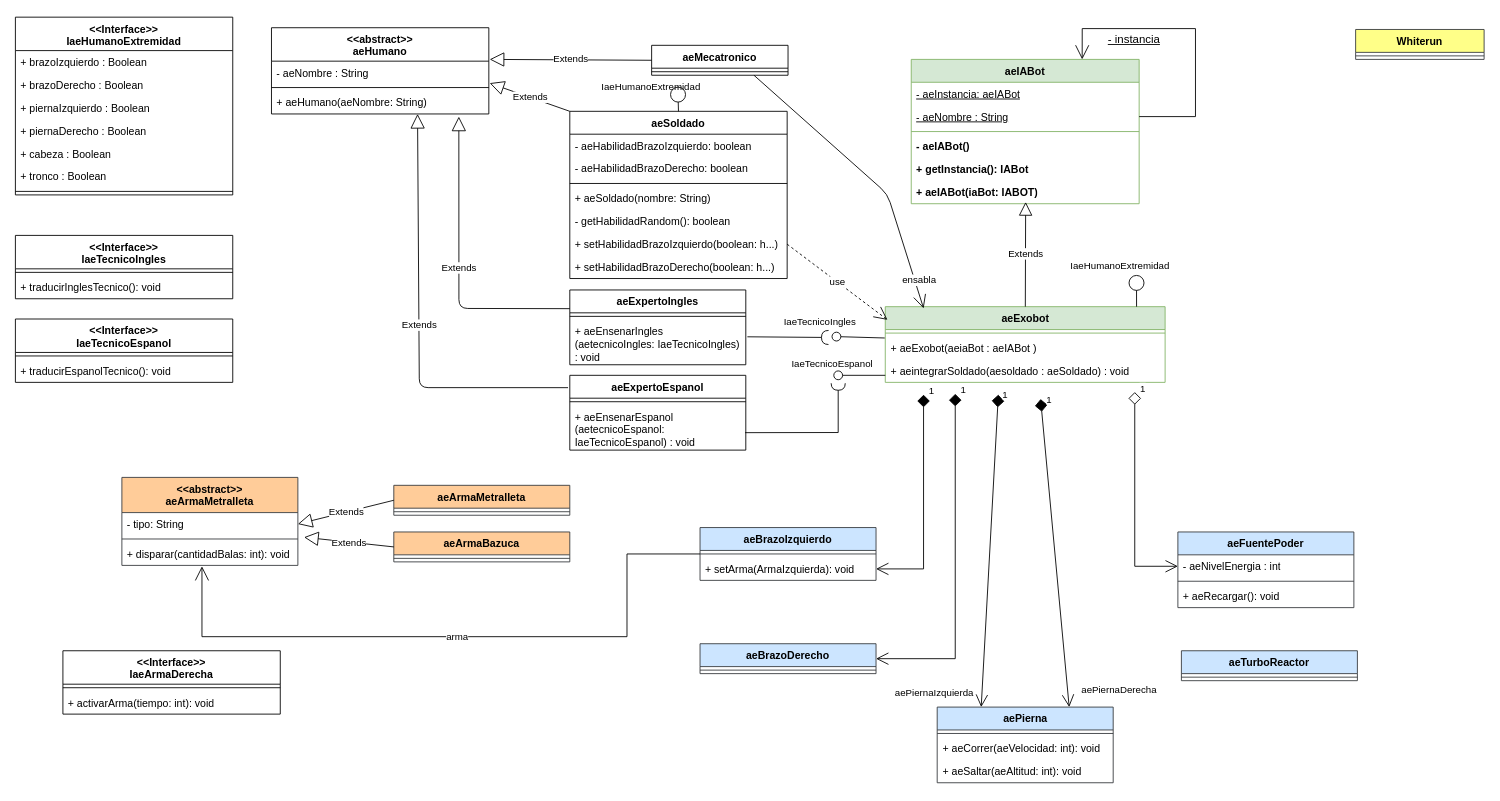
emilioalbansq/AlbanEmilioExF keeps this draw.io diagram as Design/01aeClassDiagram.drawio. Above is the earlier version. Source tidied: cells renumbered, new cells numbered last; positions are measured from the earlier drawing's top-left corner, leaving out a move shared by most shapes. Both pictures are drawn from the tidied source at 88%, with x=0, y=0 at pixel (15, 17).
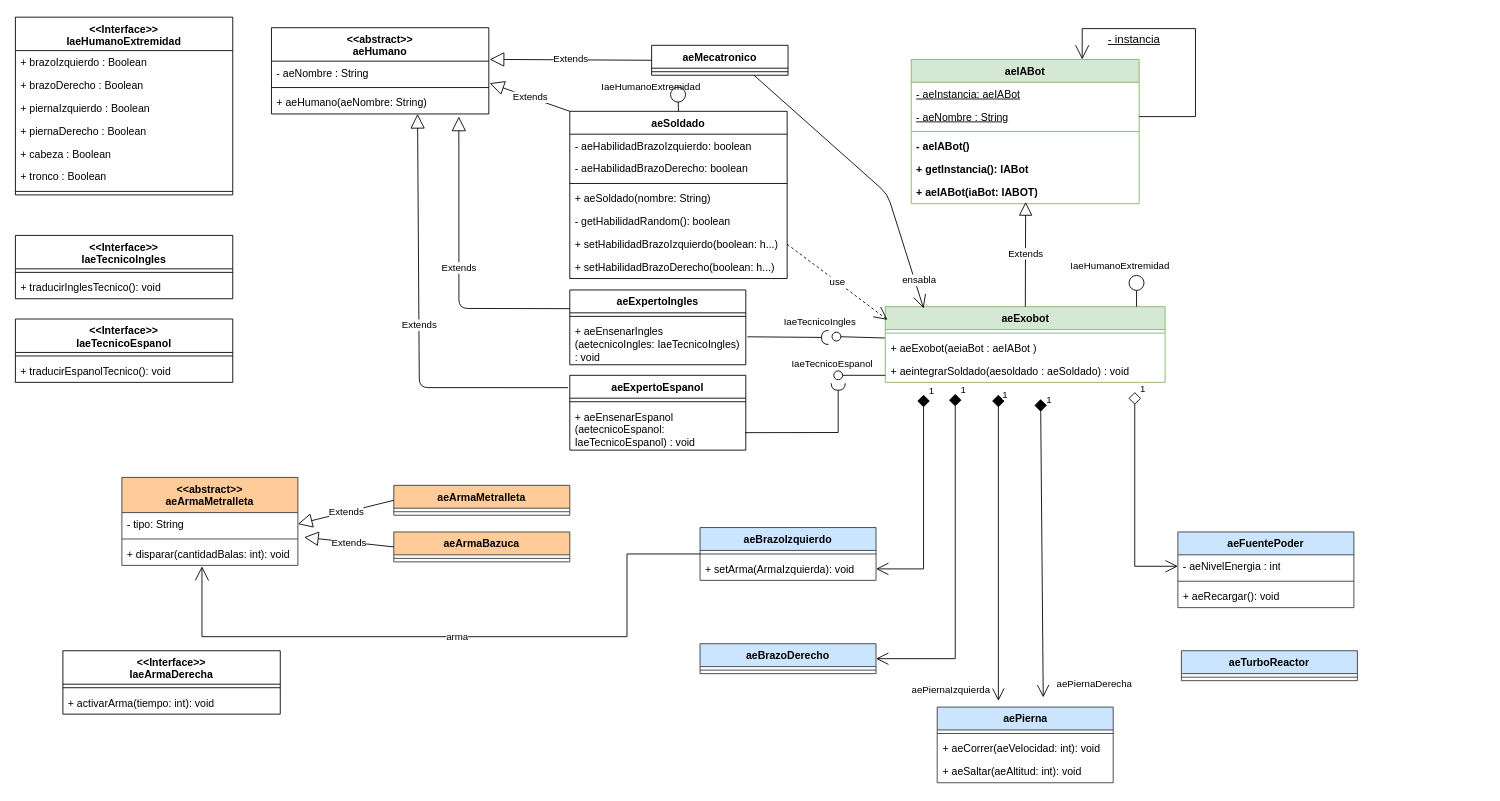
After the change.

The change refers to these unchanged cells:
```xml
<mxCell id="83" value="aePierna" style="swimlane;fontStyle=1;align=center;verticalAlign=top;horizontal=1;startSize=26;whiteSpace=wrap;html=1;fillColor=#cce5ff;strokeColor=#36393d;" parent="1" vertex="1">
  <mxGeometry x="1047.5" y="784" width="200" height="86" as="geometry" />
</mxCell>
```

Diff of the diagram source:
```diff
@@
-    <mxCell id="54" value="Whiterun" style="swimlane;fontStyle=1;align=center;verticalAlign=top;horizontal=1;startSize=26;whiteSpace=wrap;html=1;fillColor=#ffff88;strokeColor=#36393d;" parent="1" vertex="1">
-      <mxGeometry x="1523" y="14" width="146" height="34" as="geometry" />
-    </mxCell>
-    <mxCell id="55" style="line;strokeWidth=1;fillColor=none;align=left;verticalAlign=middle;spacingTop=-1;spacingLeft=3;spacingRight=3;labelPosition=right;strokeColor=inherit;" parent="54" vertex="1">
-      <mxGeometry y="26" width="146" height="8" as="geometry" />
-    </mxCell>
@@
-    <mxCell id="88" value="aePiernaIzquierda" style="edgeStyle=none;html=1;entryX=0.25;entryY=0;entryDx=0;entryDy=0;rounded=0;curved=0;endArrow=open;endFill=0;endSize=12;startArrow=diamond;startFill=1;startSize=12;" parent="1" edge="1" target="83">
+    <mxCell id="88" value="aePiernaIzquierda" style="edgeStyle=none;html=1;rounded=0;curved=0;endArrow=open;endFill=0;endSize=12;startArrow=diamond;startFill=1;startSize=12;" parent="1" edge="1">
       <mxGeometry x="0.93" y="-54" relative="1" as="geometry">
         <mxPoint x="1117" y="429" as="sourcePoint" />
+        <mxPoint x="1117" y="777" as="targetPoint" />
         <mxPoint y="-1" as="offset" />
       </mxGeometry>
     </mxCell>
-    <mxCell id="89" value="aePiernaDerecha" style="edgeStyle=none;html=1;entryX=0.75;entryY=0;entryDx=0;entryDy=0;rounded=0;curved=0;endArrow=open;endFill=0;endSize=12;startArrow=diamond;startFill=1;startSize=12;" parent="1" edge="1" target="83">
+    <mxCell id="89" value="aePiernaDerecha" style="edgeStyle=none;html=1;rounded=0;curved=0;endArrow=open;endFill=0;endSize=12;startArrow=diamond;startFill=1;startSize=12;" parent="1" edge="1">
       <mxGeometry x="0.92" y="58" relative="1" as="geometry">
         <mxPoint x="1165" y="434" as="sourcePoint" />
+        <mxPoint x="1168" y="773" as="targetPoint" />
       </mxGeometry>
     </mxCell>
```
